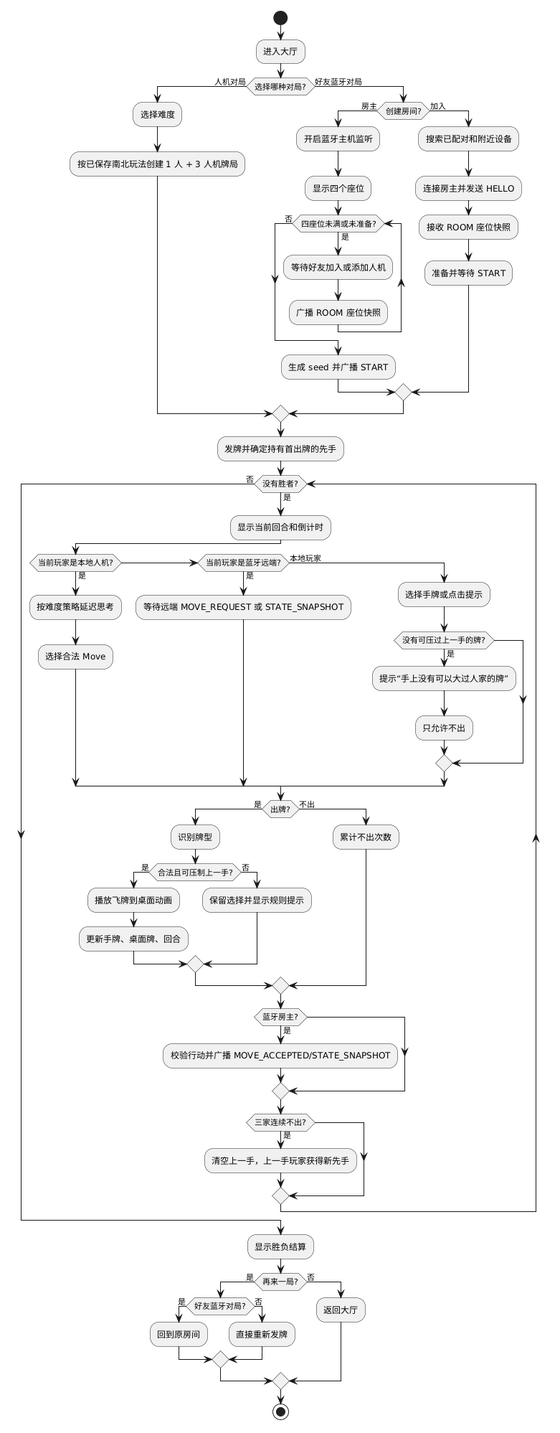
Before: docs/uml/activity_play.png, a diagram exported from PlantUML (Mojieeee/uml_chudadi). Its diagram source:
```plantuml
@startuml
start
:进入大厅;
if (选择哪种对局?) then (人机对局)
  :选择难度;
  :按已保存南北玩法创建 1 人 + 3 人机牌局;
else (好友蓝牙对局)
  if (创建房间?) then (房主)
    :开启蓝牙主机监听;
    :显示四个座位;
    while (四座位未满或未准备?) is (是)
      :等待好友加入或添加人机;
      :广播 ROOM 座位快照;
    endwhile (否)
    :生成 seed 并广播 START;
  else (加入)
    :搜索已配对和附近设备;
    :连接房主并发送 HELLO;
    :接收 ROOM 座位快照;
    :准备并等待 START;
  endif
endif

:发牌并确定持有首出牌的先手;
while (没有胜者?) is (是)
  :显示当前回合和倒计时;
  if (当前玩家是本地人机?) then (是)
    :按难度策略延迟思考;
    :选择合法 Move;
  elseif (当前玩家是蓝牙远端?) then (是)
    :等待远端 MOVE_REQUEST 或 STATE_SNAPSHOT;
  else (本地玩家)
    :选择手牌或点击提示;
    if (没有可压过上一手的牌?) then (是)
      :提示“手上没有可以大过人家的牌”;
      :只允许不出;
    endif
  endif

  if (出牌?) then (是)
    :识别牌型;
    if (合法且可压制上一手?) then (是)
      :播放飞牌到桌面动画;
      :更新手牌、桌面牌、回合;
    else (否)
      :保留选择并显示规则提示;
    endif
  else (不出)
    :累计不出次数;
  endif

  if (蓝牙房主?) then (是)
    :校验行动并广播 MOVE_ACCEPTED/STATE_SNAPSHOT;
  endif

  if (三家连续不出?) then (是)
    :清空上一手，上一手玩家获得新先手;
  endif
endwhile (否)
:显示胜负结算;
if (再来一局?) then (是)
  if (好友蓝牙对局?) then (是)
    :回到原房间;
  else (否)
    :直接重新发牌;
  endif
else (否)
  :返回大厅;
endif
stop
@enduml
```
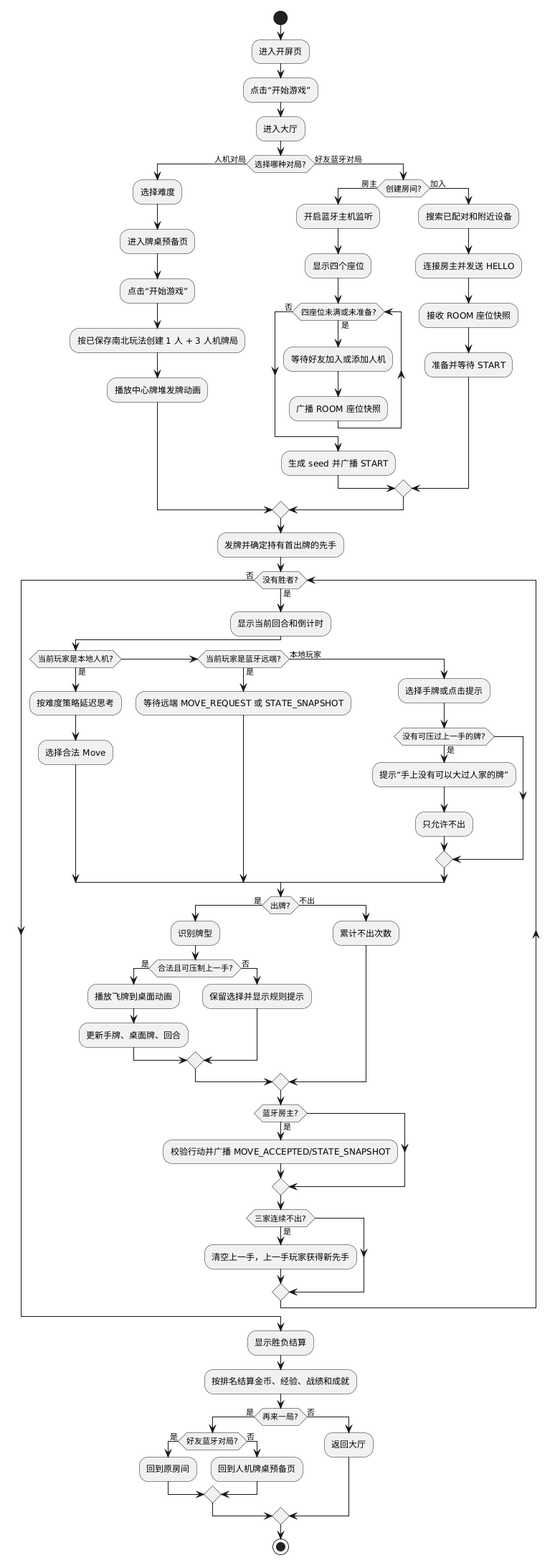
After the commit.

Diff of the diagram source:
```diff
@@ -1,9 +1,14 @@
 @startuml
 start
+:进入开屏页;
+:点击“开始游戏”;
 :进入大厅;
 if (选择哪种对局?) then (人机对局)
   :选择难度;
+  :进入牌桌预备页;
+  :点击“开始游戏”;
   :按已保存南北玩法创建 1 人 + 3 人机牌局;
+  :播放中心牌堆发牌动画;
 else (好友蓝牙对局)
   if (创建房间?) then (房主)
     :开启蓝牙主机监听;
@@ -58,11 +63,12 @@
   endif
 endwhile (否)
 :显示胜负结算;
+:按排名结算金币、经验、战绩和成就;
 if (再来一局?) then (是)
   if (好友蓝牙对局?) then (是)
     :回到原房间;
   else (否)
-    :直接重新发牌;
+    :回到人机牌桌预备页;
   endif
 else (否)
   :返回大厅;
```
